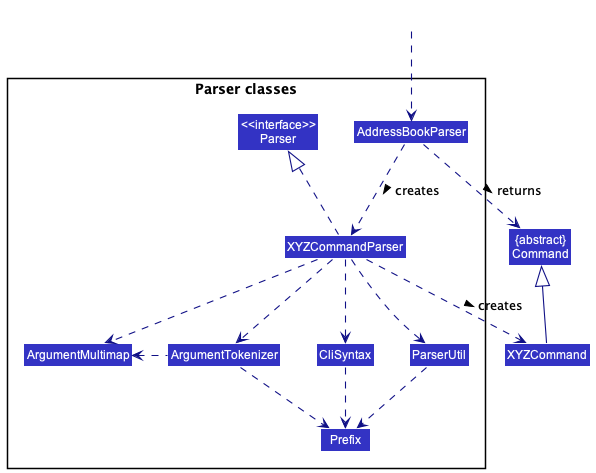
The PlantUML diagram docs/images/ParserClasses.png in nus-cs2103-AY2223S1/tp, before a commit.
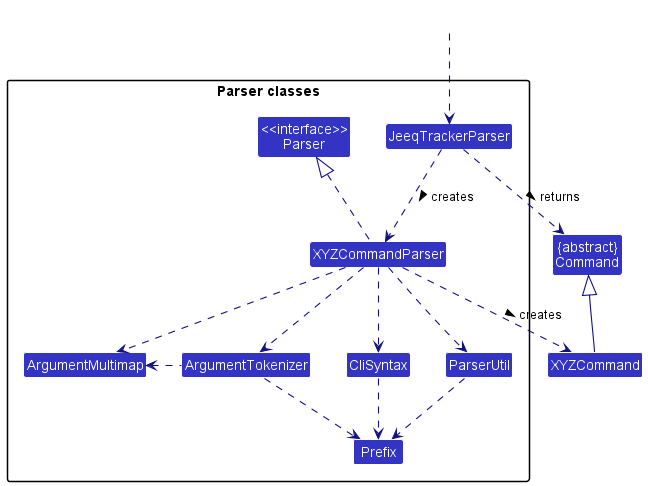
The same diagram one commit later.

What changed in the source:
```diff
@@ -9,7 +9,7 @@
 
 package "Parser classes"{
 Class "<<interface>>\nParser" as Parser
-Class AddressBookParser
+Class JeeqTrackerParser
 Class XYZCommandParser
 Class CliSyntax
 Class ParserUtil
@@ -19,12 +19,12 @@
 }
 
 Class HiddenOutside #FFFFFF
-HiddenOutside ..> AddressBookParser
+HiddenOutside ..> JeeqTrackerParser
 
-AddressBookParser .down.> XYZCommandParser: creates >
+JeeqTrackerParser .down.> XYZCommandParser: creates >
 
 XYZCommandParser ..> XYZCommand : creates >
-AddressBookParser ..> Command : returns >
+JeeqTrackerParser ..> Command : returns >
 XYZCommandParser .up.|> Parser
 XYZCommandParser ..> ArgumentMultimap
 XYZCommandParser ..> ArgumentTokenizer
```
